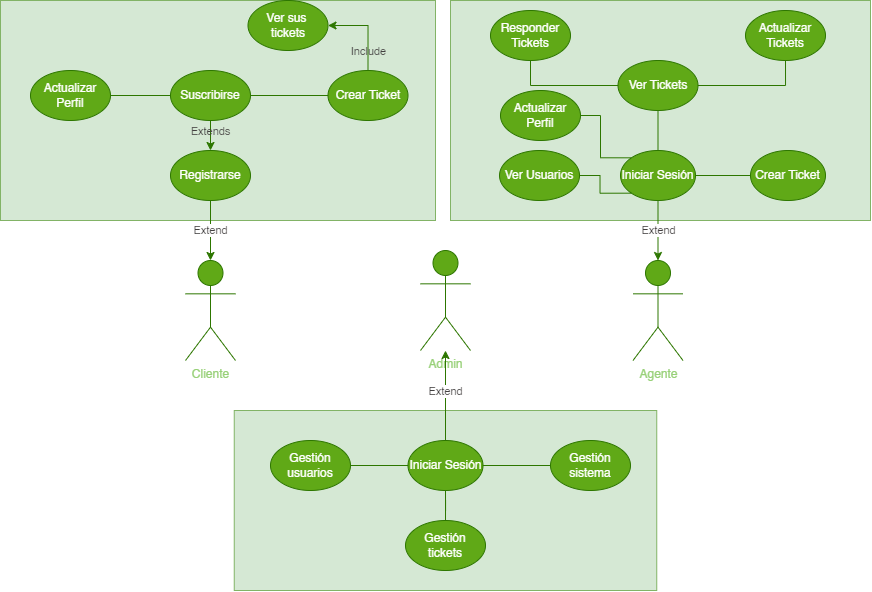
Before: Documentation/Diagrams/CasosUso.png, a diagram exported from draw.io (eloylozano/deskify). Source tidied: cells renumbered, new cells last; positions are measured from the earlier drawing's top-left corner, leaving out a move shared by most shapes. The source it was exported from:
```xml
<mxGraphModel background="#ffffff">
  <root>
    <mxCell id="0" />
    <mxCell id="1" parent="0" />
    <mxCell id="2" style="rounded=0;whiteSpace=wrap;html=1;fillColor=#d5e8d4;strokeColor=#82b366;" parent="1" vertex="1">
      <mxGeometry x="450" width="420" height="220" as="geometry" />
    </mxCell>
    <mxCell id="3" style="rounded=0;whiteSpace=wrap;html=1;fillColor=#d5e8d4;strokeColor=#82b366;" parent="1" vertex="1">
      <mxGeometry width="435" height="220" as="geometry" />
    </mxCell>
    <mxCell id="4" style="edgeStyle=orthogonalEdgeStyle;rounded=0;jettySize=auto;html=1;fillColor=#60a917;strokeColor=#2D7600;exitX=0.5;exitY=1;exitDx=0;exitDy=0;entryX=0.5;entryY=0;entryDx=0;entryDy=0;entryPerimeter=0;" parent="1" edge="1" source="28" target="6">
      <mxGeometry relative="1" as="geometry" />
    </mxCell>
    <mxCell id="5" value="Extend" style="edgeLabel;html=1;align=center;verticalAlign=middle;fontColor=#423F3F;labelBackgroundColor=#FFFFFF;" parent="4" vertex="1">
      <mxGeometry x="-0.38" y="1" relative="1" as="geometry">
        <mxPoint x="-1" y="11" as="offset" />
      </mxGeometry>
    </mxCell>
    <mxCell id="6" value="&lt;font color=&quot;#97d077&quot;&gt;Agente&lt;/font&gt;" style="shape=umlActor;verticalLabelPosition=bottom;verticalAlign=top;html=1;outlineConnect=0;fillColor=#60a917;strokeColor=#2D7600;fontColor=#ffffff;" parent="1" vertex="1">
      <mxGeometry x="632.5" y="260" width="50" height="100" as="geometry" />
    </mxCell>
    <mxCell id="7" style="edgeStyle=orthogonalEdgeStyle;rounded=0;jettySize=auto;html=1;entryX=1;entryY=0.5;entryDx=0;entryDy=0;fillColor=#60a917;strokeColor=#2D7600;" parent="1" edge="1" source="9" target="30">
      <mxGeometry relative="1" as="geometry" />
    </mxCell>
    <mxCell id="8" value="Include" style="edgeLabel;html=1;align=center;verticalAlign=middle;labelBackgroundColor=none;fontColor=#423F3F;" parent="7" vertex="1">
      <mxGeometry x="-0.54" y="1" relative="1" as="geometry">
        <mxPoint x="1" as="offset" />
      </mxGeometry>
    </mxCell>
    <mxCell id="9" value="Crear Ticket" style="ellipse;whiteSpace=wrap;html=1;fillColor=#60a917;fontColor=#ffffff;strokeColor=#2D7600;" parent="1" vertex="1">
      <mxGeometry x="327.5" y="70" width="80" height="50" as="geometry" />
    </mxCell>
    <mxCell id="10" style="edgeStyle=orthogonalEdgeStyle;rounded=0;jettySize=auto;html=1;fillColor=#60a917;strokeColor=#2D7600;exitX=0.5;exitY=1;exitDx=0;exitDy=0;entryX=0.5;entryY=0;entryDx=0;entryDy=0;entryPerimeter=0;" parent="1" edge="1" source="24" target="11">
      <mxGeometry relative="1" as="geometry" />
    </mxCell>
    <mxCell id="11" value="&lt;font color=&quot;#97d077&quot;&gt;Cliente&lt;/font&gt;" style="shape=umlActor;verticalLabelPosition=bottom;verticalAlign=top;html=1;outlineConnect=0;fillColor=#60a917;strokeColor=#2D7600;fontColor=#ffffff;" parent="1" vertex="1">
      <mxGeometry x="185" y="260" width="50" height="100" as="geometry" />
    </mxCell>
    <mxCell id="12" value="Actualizar Perfil" style="ellipse;whiteSpace=wrap;html=1;fillColor=#60a917;strokeColor=#2D7600;fontColor=#ffffff;" parent="1" vertex="1">
      <mxGeometry x="30" y="70" width="80" height="50" as="geometry" />
    </mxCell>
    <mxCell id="13" value="Crear Ticket" style="ellipse;whiteSpace=wrap;html=1;fillColor=#60a917;strokeColor=#2D7600;fontColor=#ffffff;" parent="1" vertex="1">
      <mxGeometry x="750" y="150" width="75" height="50" as="geometry" />
    </mxCell>
    <mxCell id="14" value="Responder Tickets" style="ellipse;whiteSpace=wrap;html=1;fillColor=#60a917;fontColor=#ffffff;strokeColor=#2D7600;" parent="1" vertex="1">
      <mxGeometry x="490" y="10" width="80" height="50" as="geometry" />
    </mxCell>
    <mxCell id="15" style="edgeStyle=orthogonalEdgeStyle;rounded=0;jettySize=auto;html=1;entryX=0.5;entryY=1;entryDx=0;entryDy=0;fillColor=#60a917;strokeColor=#2D7600;endArrow=none;endFill=0;" parent="1" edge="1" source="17" target="14">
      <mxGeometry relative="1" as="geometry" />
    </mxCell>
    <mxCell id="16" style="edgeStyle=orthogonalEdgeStyle;rounded=0;jettySize=auto;html=1;entryX=0.5;entryY=1;entryDx=0;entryDy=0;fillColor=#60a917;strokeColor=#2D7600;endArrow=none;endFill=0;" parent="1" edge="1" source="17" target="18">
      <mxGeometry relative="1" as="geometry" />
    </mxCell>
    <mxCell id="17" value="Ver Tickets" style="ellipse;whiteSpace=wrap;html=1;fillColor=#60a917;fontColor=#ffffff;strokeColor=#2D7600;" parent="1" vertex="1">
      <mxGeometry x="617.5" y="60" width="80" height="50" as="geometry" />
    </mxCell>
    <mxCell id="18" value="Actualizar Tickets" style="ellipse;whiteSpace=wrap;html=1;fillColor=#60a917;fontColor=#ffffff;strokeColor=#2D7600;" parent="1" vertex="1">
      <mxGeometry x="745" y="10" width="80" height="50" as="geometry" />
    </mxCell>
    <mxCell id="19" style="edgeStyle=orthogonalEdgeStyle;rounded=0;jettySize=auto;html=1;entryX=1;entryY=0.5;entryDx=0;entryDy=0;fillColor=#60a917;strokeColor=#2D7600;endArrow=none;endFill=0;" parent="1" edge="1" source="22" target="12">
      <mxGeometry relative="1" as="geometry" />
    </mxCell>
    <mxCell id="20" style="edgeStyle=orthogonalEdgeStyle;rounded=0;jettySize=auto;html=1;entryX=0.5;entryY=0;entryDx=0;entryDy=0;fillColor=#60a917;strokeColor=#2D7600;" parent="1" edge="1" source="22" target="24">
      <mxGeometry relative="1" as="geometry" />
    </mxCell>
    <mxCell id="21" value="Extends" style="edgeLabel;html=1;align=center;verticalAlign=middle;labelBackgroundColor=none;fontColor=#423F3F;" parent="20" vertex="1">
      <mxGeometry x="0.25" relative="1" as="geometry" />
    </mxCell>
    <mxCell id="22" value="Suscribirse" style="ellipse;whiteSpace=wrap;html=1;fillColor=#60a917;strokeColor=#2D7600;fontColor=#ffffff;" parent="1" vertex="1">
      <mxGeometry x="170" y="70" width="80" height="50" as="geometry" />
    </mxCell>
    <mxCell id="23" style="edgeStyle=orthogonalEdgeStyle;rounded=0;jettySize=auto;html=1;entryX=0;entryY=0.5;entryDx=0;entryDy=0;fillColor=#60a917;strokeColor=#2D7600;exitX=1;exitY=0.5;exitDx=0;exitDy=0;endArrow=none;endFill=0;" parent="1" edge="1" source="22" target="9">
      <mxGeometry relative="1" as="geometry" />
    </mxCell>
    <mxCell id="24" value="Registrarse" style="ellipse;whiteSpace=wrap;html=1;fillColor=#60a917;fontColor=#ffffff;strokeColor=#2D7600;" parent="1" vertex="1">
      <mxGeometry x="170" y="150" width="80" height="50" as="geometry" />
    </mxCell>
    <mxCell id="25" style="edgeStyle=orthogonalEdgeStyle;rounded=0;jettySize=auto;html=1;entryX=0.5;entryY=1;entryDx=0;entryDy=0;fillColor=#60a917;strokeColor=#2D7600;endArrow=none;endFill=0;" parent="1" edge="1" source="28" target="17">
      <mxGeometry relative="1" as="geometry" />
    </mxCell>
    <mxCell id="26" style="edgeStyle=orthogonalEdgeStyle;rounded=0;jettySize=auto;html=1;entryX=0;entryY=0.5;entryDx=0;entryDy=0;fillColor=#60a917;strokeColor=#2D7600;endArrow=none;endFill=0;" parent="1" edge="1" source="28" target="13">
      <mxGeometry relative="1" as="geometry" />
    </mxCell>
    <mxCell id="27" style="edgeStyle=orthogonalEdgeStyle;rounded=0;jettySize=auto;html=1;entryX=1;entryY=0.5;entryDx=0;entryDy=0;fillColor=#60a917;strokeColor=#2D7600;endArrow=none;endFill=0;exitX=0;exitY=0;exitDx=0;exitDy=0;" parent="1" edge="1" source="28" target="29">
      <mxGeometry relative="1" as="geometry" />
    </mxCell>
    <mxCell id="28" value="Iniciar Sesión" style="ellipse;whiteSpace=wrap;html=1;fillColor=#60a917;strokeColor=#2D7600;fontColor=#ffffff;" parent="1" vertex="1">
      <mxGeometry x="620" y="150" width="75" height="50" as="geometry" />
    </mxCell>
    <mxCell id="29" value="Actualizar Perfil" style="ellipse;whiteSpace=wrap;html=1;fillColor=#60a917;strokeColor=#2D7600;fontColor=#ffffff;" parent="1" vertex="1">
      <mxGeometry x="500" y="90" width="80" height="50" as="geometry" />
    </mxCell>
    <mxCell id="30" value="Ver sus&amp;nbsp;&lt;br&gt;tickets" style="ellipse;whiteSpace=wrap;html=1;fillColor=#60a917;strokeColor=#2D7600;fontColor=#ffffff;" parent="1" vertex="1">
      <mxGeometry x="247.5" width="80" height="50" as="geometry" />
    </mxCell>
    <mxCell id="31" value="&lt;span style=&quot;background-color: rgb(255, 255, 255);&quot;&gt;&lt;font color=&quot;#97d077&quot;&gt;Admin&lt;/font&gt;&lt;/span&gt;" style="shape=umlActor;verticalLabelPosition=bottom;verticalAlign=top;html=1;outlineConnect=0;fillColor=#60a917;strokeColor=#2D7600;fontColor=#ffffff;" parent="1" vertex="1">
      <mxGeometry x="420" y="250" width="50" height="100" as="geometry" />
    </mxCell>
    <mxCell id="32" style="rounded=0;whiteSpace=wrap;html=1;fillColor=#d5e8d4;strokeColor=#82b366;" parent="1" vertex="1">
      <mxGeometry x="233.8" y="410" width="422.5" height="180" as="geometry" />
    </mxCell>
    <mxCell id="33" style="edgeStyle=orthogonalEdgeStyle;rounded=0;jettySize=auto;html=1;entryX=0;entryY=0.5;entryDx=0;entryDy=0;fillColor=#60a917;strokeColor=#2D7600;endArrow=none;endFill=0;" parent="1" edge="1" source="36" target="38">
      <mxGeometry relative="1" as="geometry" />
    </mxCell>
    <mxCell id="34" style="edgeStyle=orthogonalEdgeStyle;rounded=0;jettySize=auto;html=1;entryX=1;entryY=0.5;entryDx=0;entryDy=0;fillColor=#60a917;strokeColor=#2D7600;endArrow=none;endFill=0;" parent="1" edge="1" source="36" target="39">
      <mxGeometry relative="1" as="geometry" />
    </mxCell>
    <mxCell id="35" style="edgeStyle=orthogonalEdgeStyle;rounded=0;jettySize=auto;html=1;entryX=0.5;entryY=0;entryDx=0;entryDy=0;fillColor=#60a917;strokeColor=#2D7600;endArrow=none;endFill=0;" parent="1" edge="1" source="36" target="37">
      <mxGeometry relative="1" as="geometry" />
    </mxCell>
    <mxCell id="36" value="Iniciar Sesión" style="ellipse;whiteSpace=wrap;html=1;fillColor=#60a917;strokeColor=#2D7600;fontColor=#ffffff;" parent="1" vertex="1">
      <mxGeometry x="407.5" y="440" width="75" height="50" as="geometry" />
    </mxCell>
    <mxCell id="37" value="Gestión tickets" style="ellipse;whiteSpace=wrap;html=1;fillColor=#60a917;fontColor=#ffffff;strokeColor=#2D7600;" parent="1" vertex="1">
      <mxGeometry x="405" y="520" width="80" height="50" as="geometry" />
    </mxCell>
    <mxCell id="38" value="Gestión sistema" style="ellipse;whiteSpace=wrap;html=1;fillColor=#60a917;fontColor=#ffffff;strokeColor=#2D7600;" parent="1" vertex="1">
      <mxGeometry x="550" y="440" width="80" height="50" as="geometry" />
    </mxCell>
    <mxCell id="39" value="Gestión usuarios" style="ellipse;whiteSpace=wrap;html=1;fillColor=#60a917;fontColor=#ffffff;strokeColor=#2D7600;" parent="1" vertex="1">
      <mxGeometry x="270" y="440" width="80" height="50" as="geometry" />
    </mxCell>
    <mxCell id="40" style="edgeStyle=orthogonalEdgeStyle;rounded=0;jettySize=auto;html=1;fillColor=#60a917;strokeColor=#2D7600;exitX=0.5;exitY=0;exitDx=0;exitDy=0;" parent="1" edge="1" source="36" target="31">
      <mxGeometry relative="1" as="geometry" />
    </mxCell>
    <mxCell id="41" value="Extend" style="edgeLabel;html=1;align=center;verticalAlign=middle;fontColor=#423F3F;labelBackgroundColor=#FFFFFF;" parent="40" vertex="1">
      <mxGeometry x="-0.14" y="2" relative="1" as="geometry">
        <mxPoint x="2" y="-11" as="offset" />
      </mxGeometry>
    </mxCell>
    <mxCell id="42" value="Extend" style="edgeLabel;html=1;align=center;verticalAlign=middle;fontColor=#423F3F;labelBackgroundColor=#FFFFFF;" parent="1" vertex="1">
      <mxGeometry x="210" y="230" as="geometry" />
    </mxCell>
    <mxCell id="43" style="edgeStyle=orthogonalEdgeStyle;rounded=0;jettySize=auto;html=1;entryX=1;entryY=0.5;entryDx=0;entryDy=0;fillColor=#60a917;strokeColor=#2D7600;endArrow=none;endFill=0;exitX=0;exitY=1;exitDx=0;exitDy=0;" parent="1" edge="1" source="28" target="44">
      <mxGeometry relative="1" as="geometry" />
    </mxCell>
    <mxCell id="44" value="Ver Usuarios" style="ellipse;whiteSpace=wrap;html=1;fillColor=#60a917;strokeColor=#2D7600;fontColor=#ffffff;" parent="1" vertex="1">
      <mxGeometry x="499" y="150" width="80" height="50" as="geometry" />
    </mxCell>
  </root>
</mxGraphModel>
```
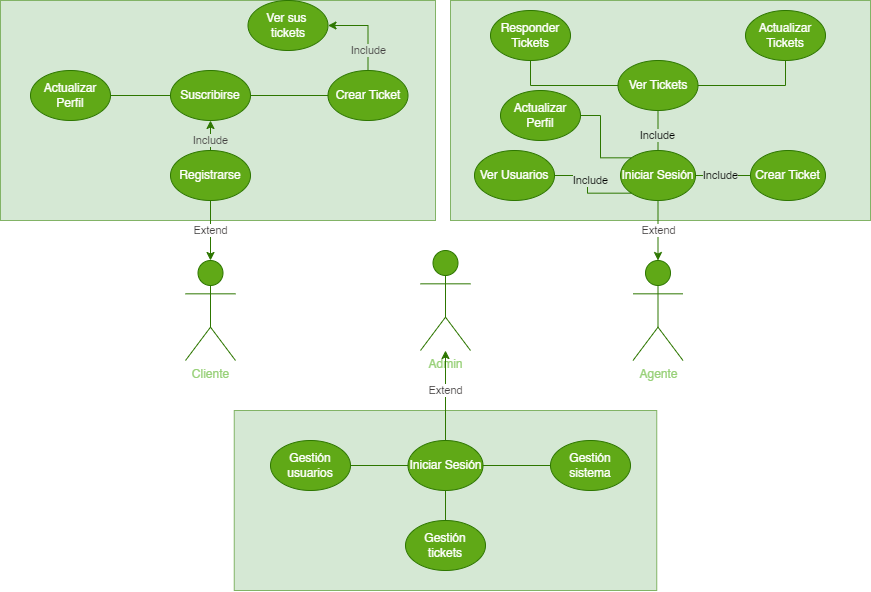
The same diagram one commit later.

Change to the diagram source:
```diff
@@ -22,7 +22,7 @@
     <mxCell id="7" style="edgeStyle=orthogonalEdgeStyle;rounded=0;jettySize=auto;html=1;entryX=1;entryY=0.5;entryDx=0;entryDy=0;fillColor=#60a917;strokeColor=#2D7600;" parent="1" edge="1" source="9" target="30">
       <mxGeometry relative="1" as="geometry" />
     </mxCell>
-    <mxCell id="8" value="Include" style="edgeLabel;html=1;align=center;verticalAlign=middle;labelBackgroundColor=none;fontColor=#423F3F;" parent="7" vertex="1">
+    <mxCell id="8" value="Include" style="edgeLabel;html=1;align=center;verticalAlign=middle;labelBackgroundColor=#D5E8D4;fontColor=#423F3F;" parent="7" vertex="1">
       <mxGeometry x="-0.54" y="1" relative="1" as="geometry">
         <mxPoint x="1" as="offset" />
       </mxGeometry>
@@ -60,11 +60,13 @@
     <mxCell id="19" style="edgeStyle=orthogonalEdgeStyle;rounded=0;jettySize=auto;html=1;entryX=1;entryY=0.5;entryDx=0;entryDy=0;fillColor=#60a917;strokeColor=#2D7600;endArrow=none;endFill=0;" parent="1" edge="1" source="22" target="12">
       <mxGeometry relative="1" as="geometry" />
     </mxCell>
-    <mxCell id="20" style="edgeStyle=orthogonalEdgeStyle;rounded=0;jettySize=auto;html=1;entryX=0.5;entryY=0;entryDx=0;entryDy=0;fillColor=#60a917;strokeColor=#2D7600;" parent="1" edge="1" source="22" target="24">
+    <mxCell id="20" style="edgeStyle=orthogonalEdgeStyle;rounded=0;jettySize=auto;html=1;entryX=0.5;entryY=0;entryDx=0;entryDy=0;fillColor=#60a917;strokeColor=#2D7600;startArrow=classic;startFill=1;endArrow=none;endFill=0;" parent="1" edge="1" source="22" target="24">
       <mxGeometry relative="1" as="geometry" />
     </mxCell>
-    <mxCell id="21" value="Extends" style="edgeLabel;html=1;align=center;verticalAlign=middle;labelBackgroundColor=none;fontColor=#423F3F;" parent="20" vertex="1">
-      <mxGeometry x="0.25" relative="1" as="geometry" />
+    <mxCell id="21" value="Include" style="edgeLabel;html=1;align=center;verticalAlign=middle;labelBackgroundColor=#D5E8D4;fontColor=#423F3F;" parent="20" vertex="1">
+      <mxGeometry x="0.25" relative="1" as="geometry">
+        <mxPoint y="9" as="offset" />
+      </mxGeometry>
     </mxCell>
     <mxCell id="22" value="Suscribirse" style="ellipse;whiteSpace=wrap;html=1;fillColor=#60a917;strokeColor=#2D7600;fontColor=#ffffff;" parent="1" vertex="1">
       <mxGeometry x="170" y="70" width="80" height="50" as="geometry" />
@@ -78,6 +80,9 @@
     <mxCell id="25" style="edgeStyle=orthogonalEdgeStyle;rounded=0;jettySize=auto;html=1;entryX=0.5;entryY=1;entryDx=0;entryDy=0;fillColor=#60a917;strokeColor=#2D7600;endArrow=none;endFill=0;" parent="1" edge="1" source="28" target="17">
       <mxGeometry relative="1" as="geometry" />
     </mxCell>
+    <mxCell id="45" value="Include" style="edgeLabel;html=1;align=center;verticalAlign=middle;labelBackgroundColor=#D5E8D4;fontColor=#000000;" parent="25" vertex="1">
+      <mxGeometry x="-0.26" y="1" relative="1" as="geometry" />
+    </mxCell>
     <mxCell id="26" style="edgeStyle=orthogonalEdgeStyle;rounded=0;jettySize=auto;html=1;entryX=0;entryY=0.5;entryDx=0;entryDy=0;fillColor=#60a917;strokeColor=#2D7600;endArrow=none;endFill=0;" parent="1" edge="1" source="28" target="13">
       <mxGeometry relative="1" as="geometry" />
     </mxCell>
@@ -135,7 +140,13 @@
       <mxGeometry relative="1" as="geometry" />
     </mxCell>
     <mxCell id="44" value="Ver Usuarios" style="ellipse;whiteSpace=wrap;html=1;fillColor=#60a917;strokeColor=#2D7600;fontColor=#ffffff;" parent="1" vertex="1">
-      <mxGeometry x="499" y="150" width="80" height="50" as="geometry" />
+      <mxGeometry x="474" y="150" width="80" height="50" as="geometry" />
     </mxCell>
+    <mxCell id="46" value="Include" style="edgeLabel;html=1;align=center;verticalAlign=middle;labelBackgroundColor=#D5E8D4;fontColor=#000000;" parent="1" vertex="1">
+      <mxGeometry x="590" y="180" as="geometry" />
+    </mxCell>
+    <mxCell id="47" value="Include" style="edgeLabel;html=1;align=center;verticalAlign=middle;labelBackgroundColor=#D5E8D4;fontColor=#000000;" parent="1" vertex="1">
+      <mxGeometry x="720" y="175" as="geometry" />
+    </mxCell>
   </root>
 </mxGraphModel>
```
